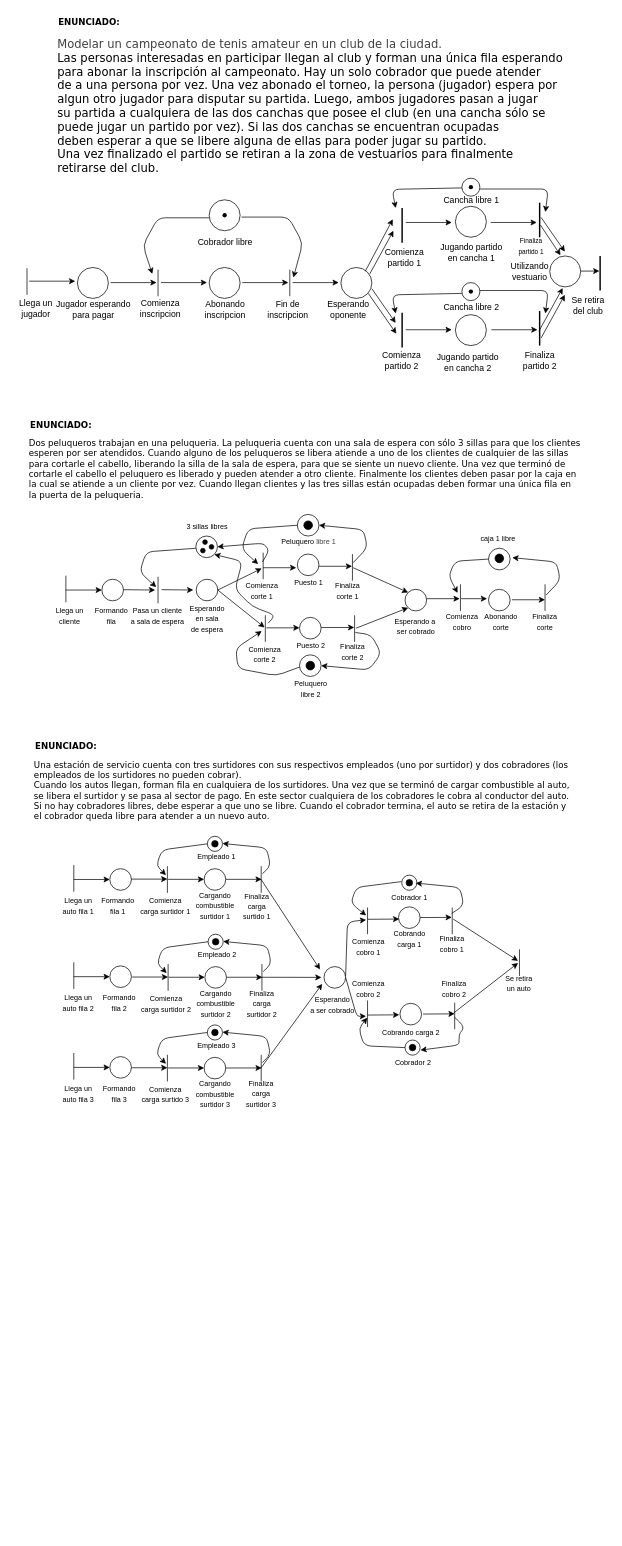
This is practicas/respuestas_tp5.drawio from dazayamil/ingenieria-software-1-unlp, a draw.io file, before an edit. Source tidied: cells renumbered, new cells numbered last; positions are measured from the earlier drawing's top-left corner, leaving out a move shared by most shapes. Both pictures are drawn from the tidied source at 72%, with x=0, y=0 at pixel (12, 12).
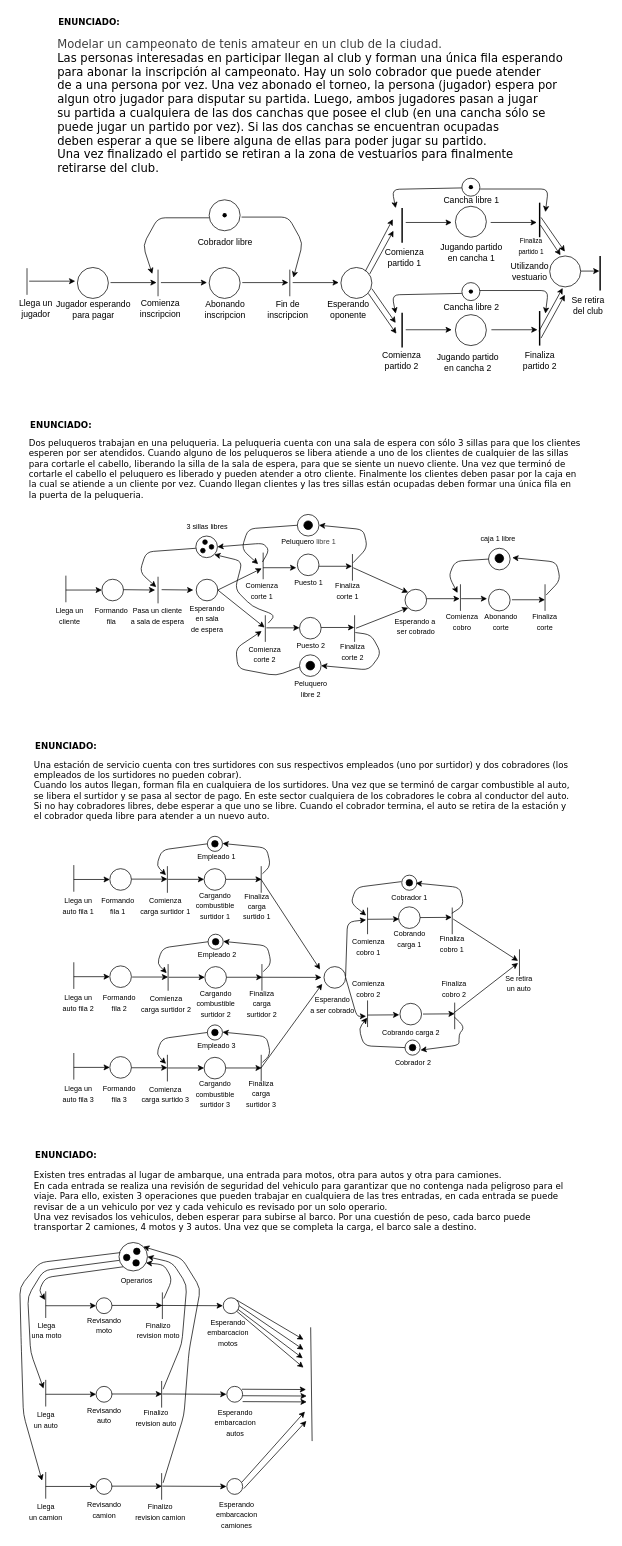
The same page after the edit.

Commit message:
Redes de Petri: Ejercicio transporte de vehiculos

Change to the diagram source:
```diff
@@
+    <mxCell id="228" value="&lt;font face=&quot;Verdana&quot;&gt;Existen tres entradas al lugar de ambarque, una entrada para motos, otra para autos y otra para camiones.&lt;/font&gt;&lt;div&gt;&lt;font face=&quot;Verdana&quot;&gt;En cada entrada se realiza una revisión de seguridad del vehiculo para garantizar que no contenga nada peligroso para el&lt;/font&gt;&lt;/div&gt;&lt;div&gt;&lt;font face=&quot;Verdana&quot;&gt;viaje. Para ello, existen 3 operaciones que pueden trabajar en cualquiera de las tres entradas, en cada entrada se puede&lt;/font&gt;&lt;/div&gt;&lt;div&gt;&lt;font face=&quot;Verdana&quot;&gt;revisar de a un vehiculo por vez y cada vehiculo es revisado por un solo operario.&lt;/font&gt;&lt;/div&gt;&lt;div&gt;&lt;font face=&quot;Verdana&quot;&gt;Una vez revisados los vehiculos, deben esperar para subirse al barco. Por una cuestión de peso, cada barco puede&lt;/font&gt;&lt;/div&gt;&lt;div&gt;&lt;font face=&quot;Verdana&quot;&gt;transportar 2 camiones, 4 motos y 3 autos. Una vez que se completa la carga, el barco sale a destino.&lt;/font&gt;&lt;/div&gt;" style="text;html=1;align=left;verticalAlign=middle;strokeColor=none;fillColor=none;" parent="1" vertex="1">
+      <mxGeometry x="27.5" y="1602" width="753" height="98" as="geometry" />
+    </mxCell>
+    <mxCell id="229" value="&lt;font face=&quot;Verdana&quot; style=&quot;font-size: 12px;&quot;&gt;&lt;b&gt;ENUNCIADO:&lt;/b&gt;&lt;/font&gt;" style="text;html=1;align=center;verticalAlign=middle;strokeColor=none;fillColor=none;" parent="1" vertex="1">
+      <mxGeometry x="21" y="1573" width="106" height="27" as="geometry" />
+    </mxCell>
+    <mxCell id="230" style="endArrow=none;html=1;" parent="1" edge="1">
+      <mxGeometry relative="1" as="geometry">
+        <mxPoint x="46" y="1813" as="sourcePoint" />
+        <mxPoint x="46" y="1776" as="targetPoint" />
+      </mxGeometry>
+    </mxCell>
+    <mxCell id="231" style="ellipse;whiteSpace=wrap;html=1;" parent="1" vertex="1">
+      <mxGeometry x="116" y="1785" width="22" height="22" as="geometry" />
+    </mxCell>
+    <mxCell id="232" style="endArrow=classic;html=1;entryX=0;entryY=0.5;entryDx=0;entryDy=0;" parent="1" edge="1" target="231">
+      <mxGeometry relative="1" as="geometry">
+        <mxPoint x="46" y="1796" as="sourcePoint" />
+      </mxGeometry>
+    </mxCell>
+    <mxCell id="233" value="&lt;span style=&quot;font-size: 10px;&quot;&gt;Llega&lt;/span&gt;&lt;div&gt;&lt;span style=&quot;font-size: 10px;&quot;&gt;una moto&lt;/span&gt;&lt;/div&gt;" style="text;html=1;align=center;verticalAlign=middle;strokeColor=none;fillColor=none;" parent="1" vertex="1">
+      <mxGeometry x="17" y="1809" width="60" height="41" as="geometry" />
+    </mxCell>
+    <mxCell id="234" value="&lt;span style=&quot;font-size: 10px;&quot;&gt;Llega&lt;/span&gt;&lt;div&gt;&lt;span style=&quot;font-size: 10px;&quot;&gt;un auto&lt;/span&gt;&lt;/div&gt;" style="text;html=1;align=center;verticalAlign=middle;strokeColor=none;fillColor=none;" parent="1" vertex="1">
+      <mxGeometry x="20" y="1933" width="51" height="41" as="geometry" />
+    </mxCell>
+    <mxCell id="235" value="&lt;span style=&quot;font-size: 10px;&quot;&gt;Llega&lt;/span&gt;&lt;div&gt;&lt;span style=&quot;font-size: 10px;&quot;&gt;un camion&lt;/span&gt;&lt;/div&gt;" style="text;html=1;align=center;verticalAlign=middle;strokeColor=none;fillColor=none;" parent="1" vertex="1">
+      <mxGeometry x="13.5" y="2061" width="64" height="41" as="geometry" />
+    </mxCell>
+    <mxCell id="236" style="endArrow=none;html=1;" parent="1" edge="1">
+      <mxGeometry relative="1" as="geometry">
+        <mxPoint x="46" y="1936" as="sourcePoint" />
+        <mxPoint x="46" y="1899" as="targetPoint" />
+      </mxGeometry>
+    </mxCell>
+    <mxCell id="237" style="ellipse;whiteSpace=wrap;html=1;" parent="1" vertex="1">
+      <mxGeometry x="116" y="1908" width="22" height="22" as="geometry" />
+    </mxCell>
+    <mxCell id="238" style="endArrow=classic;html=1;entryX=0;entryY=0.5;entryDx=0;entryDy=0;" parent="1" edge="1" target="237">
+      <mxGeometry relative="1" as="geometry">
+        <mxPoint x="46" y="1919" as="sourcePoint" />
+      </mxGeometry>
+    </mxCell>
+    <mxCell id="239" style="endArrow=none;html=1;" parent="1" edge="1">
+      <mxGeometry relative="1" as="geometry">
+        <mxPoint x="46" y="2064" as="sourcePoint" />
+        <mxPoint x="46" y="2027" as="targetPoint" />
+      </mxGeometry>
+    </mxCell>
+    <mxCell id="240" style="ellipse;whiteSpace=wrap;html=1;" parent="1" vertex="1">
+      <mxGeometry x="116" y="2036" width="22" height="22" as="geometry" />
+    </mxCell>
+    <mxCell id="241" style="endArrow=classic;html=1;entryX=0;entryY=0.5;entryDx=0;entryDy=0;" parent="1" edge="1" target="240">
+      <mxGeometry relative="1" as="geometry">
+        <mxPoint x="46" y="2047" as="sourcePoint" />
+      </mxGeometry>
+    </mxCell>
+    <mxCell id="242" value="&lt;span style=&quot;font-size: 10px;&quot;&gt;Revisando&lt;/span&gt;&lt;div&gt;&lt;span style=&quot;font-size: 10px;&quot;&gt;camion&lt;/span&gt;&lt;/div&gt;" style="text;html=1;align=center;verticalAlign=middle;strokeColor=none;fillColor=none;" parent="1" vertex="1">
+      <mxGeometry x="94.5" y="2058" width="65" height="41" as="geometry" />
+    </mxCell>
+    <mxCell id="243" value="&lt;span style=&quot;font-size: 10px;&quot;&gt;Revisando&lt;/span&gt;&lt;div&gt;&lt;span style=&quot;font-size: 10px;&quot;&gt;auto&lt;/span&gt;&lt;/div&gt;" style="text;html=1;align=center;verticalAlign=middle;strokeColor=none;fillColor=none;" parent="1" vertex="1">
+      <mxGeometry x="94" y="1927" width="65" height="41" as="geometry" />
+    </mxCell>
+    <mxCell id="244" value="&lt;span style=&quot;font-size: 10px;&quot;&gt;Revisando&lt;/span&gt;&lt;div&gt;&lt;span style=&quot;font-size: 10px;&quot;&gt;moto&lt;/span&gt;&lt;/div&gt;" style="text;html=1;align=center;verticalAlign=middle;strokeColor=none;fillColor=none;" parent="1" vertex="1">
+      <mxGeometry x="94" y="1802" width="65" height="41" as="geometry" />
+    </mxCell>
+    <mxCell id="245" style="ellipse;whiteSpace=wrap;html=1;" parent="1" vertex="1">
+      <mxGeometry x="147.8" y="1708.2" width="39.5" height="39.5" as="geometry" />
+    </mxCell>
+    <mxCell id="246" style="ellipse;whiteSpace=wrap;html=1;fillColor=#000000;" parent="1" vertex="1">
+      <mxGeometry x="154" y="1724.5" width="9" height="9" as="geometry" />
+    </mxCell>
+    <mxCell id="247" style="ellipse;whiteSpace=wrap;html=1;fillColor=#000000;" parent="1" vertex="1">
+      <mxGeometry x="167" y="1732" width="9" height="9" as="geometry" />
+    </mxCell>
+    <mxCell id="248" style="ellipse;whiteSpace=wrap;html=1;fillColor=#000000;" parent="1" vertex="1">
+      <mxGeometry x="168" y="1716" width="9" height="9" as="geometry" />
+    </mxCell>
+    <mxCell id="249" style="endArrow=classic;html=1;exitX=0;exitY=1;exitDx=0;exitDy=0;" parent="1" edge="1" source="245">
+      <mxGeometry relative="1" as="geometry">
+        <mxPoint x="45" y="1788" as="targetPoint" />
+        <Array as="points">
+          <mxPoint x="45" y="1757" />
+          <mxPoint x="37" y="1775" />
+        </Array>
+      </mxGeometry>
+    </mxCell>
+    <mxCell id="250" style="endArrow=classic;html=1;" parent="1" edge="1">
+      <mxGeometry relative="1" as="geometry">
+        <mxPoint x="148" y="1733" as="sourcePoint" />
+        <mxPoint x="43" y="1911" as="targetPoint" />
+        <Array as="points">
+          <mxPoint x="43" y="1747" />
+          <mxPoint x="21" y="1783" />
+          <mxPoint x="25" y="1861" />
+        </Array>
+      </mxGeometry>
+    </mxCell>
+    <mxCell id="251" style="endArrow=classic;html=1;exitX=0.04;exitY=0.357;exitDx=0;exitDy=0;exitPerimeter=0;" parent="1" edge="1" source="245">
+      <mxGeometry relative="1" as="geometry">
+        <mxPoint x="41" y="2039" as="targetPoint" />
+        <Array as="points">
+          <mxPoint x="37.5" y="1736" />
+          <mxPoint x="10" y="1770" />
+          <mxPoint x="12" y="1850" />
+          <mxPoint x="15" y="1947" />
+        </Array>
+      </mxGeometry>
+    </mxCell>
+    <mxCell id="252" value="&lt;span style=&quot;font-size: 10px;&quot;&gt;Operarios&lt;/span&gt;" style="text;html=1;align=center;verticalAlign=middle;strokeColor=none;fillColor=none;" parent="1" vertex="1">
+      <mxGeometry x="140.5" y="1747.8" width="62" height="26" as="geometry" />
+    </mxCell>
+    <mxCell id="253" style="endArrow=classic;html=1;entryX=0;entryY=0.5;entryDx=0;entryDy=0;" parent="1" edge="1">
+      <mxGeometry relative="1" as="geometry">
+        <mxPoint x="138" y="1795.6" as="sourcePoint" />
+        <mxPoint x="208" y="1795.6" as="targetPoint" />
+      </mxGeometry>
+    </mxCell>
+    <mxCell id="254" style="endArrow=classic;html=1;entryX=0;entryY=0.5;entryDx=0;entryDy=0;" parent="1" edge="1">
+      <mxGeometry relative="1" as="geometry">
+        <mxPoint x="137.5" y="1918.6" as="sourcePoint" />
+        <mxPoint x="207.5" y="1918.6" as="targetPoint" />
+      </mxGeometry>
+    </mxCell>
+    <mxCell id="255" style="endArrow=classic;html=1;entryX=0;entryY=0.5;entryDx=0;entryDy=0;" parent="1" edge="1">
+      <mxGeometry relative="1" as="geometry">
+        <mxPoint x="137.5" y="2046.6" as="sourcePoint" />
+        <mxPoint x="207.5" y="2046.6" as="targetPoint" />
+      </mxGeometry>
+    </mxCell>
+    <mxCell id="256" style="endArrow=none;html=1;" parent="1" edge="1">
+      <mxGeometry relative="1" as="geometry">
+        <mxPoint x="207" y="2065.5" as="sourcePoint" />
+        <mxPoint x="207" y="2028.5" as="targetPoint" />
+      </mxGeometry>
+    </mxCell>
+    <mxCell id="257" style="endArrow=none;html=1;" parent="1" edge="1">
+      <mxGeometry relative="1" as="geometry">
+        <mxPoint x="207" y="1937.5" as="sourcePoint" />
+        <mxPoint x="207" y="1900.5" as="targetPoint" />
+      </mxGeometry>
+    </mxCell>
+    <mxCell id="258" style="endArrow=none;html=1;" parent="1" edge="1">
+      <mxGeometry relative="1" as="geometry">
+        <mxPoint x="208" y="1814.5" as="sourcePoint" />
+        <mxPoint x="208" y="1777.5" as="targetPoint" />
+      </mxGeometry>
+    </mxCell>
+    <mxCell id="259" value="&lt;span style=&quot;font-size: 10px;&quot;&gt;Finalizo&lt;/span&gt;&lt;div&gt;&lt;span style=&quot;font-size: 10px;&quot;&gt;revision moto&lt;/span&gt;&lt;/div&gt;" style="text;html=1;align=center;verticalAlign=middle;strokeColor=none;fillColor=none;" parent="1" vertex="1">
+      <mxGeometry x="163" y="1809" width="77" height="41" as="geometry" />
+    </mxCell>
+    <mxCell id="260" value="&lt;span style=&quot;font-size: 10px;&quot;&gt;Finalizo&lt;/span&gt;&lt;div&gt;&lt;span style=&quot;font-size: 10px;&quot;&gt;revision auto&lt;/span&gt;&lt;/div&gt;" style="text;html=1;align=center;verticalAlign=middle;strokeColor=none;fillColor=none;" parent="1" vertex="1">
+      <mxGeometry x="161" y="1930" width="75" height="41" as="geometry" />
+    </mxCell>
+    <mxCell id="261" value="&lt;span style=&quot;font-size: 10px;&quot;&gt;Finalizo&lt;/span&gt;&lt;div&gt;&lt;span style=&quot;font-size: 10px;&quot;&gt;revision camion&lt;/span&gt;&lt;/div&gt;" style="text;html=1;align=center;verticalAlign=middle;strokeColor=none;fillColor=none;" parent="1" vertex="1">
+      <mxGeometry x="161" y="2061" width="87" height="41" as="geometry" />
+    </mxCell>
+    <mxCell id="262" style="endArrow=classic;html=1;entryX=0.947;entryY=0.715;entryDx=0;entryDy=0;entryPerimeter=0;" parent="1" edge="1" target="245">
+      <mxGeometry relative="1" as="geometry">
+        <mxPoint x="210" y="1786" as="sourcePoint" />
+        <Array as="points">
+          <mxPoint x="222" y="1759" />
+          <mxPoint x="210" y="1739" />
+        </Array>
+      </mxGeometry>
+    </mxCell>
+    <mxCell id="263" style="endArrow=classic;html=1;entryX=1;entryY=0.5;entryDx=0;entryDy=0;" parent="1" edge="1" target="245">
+      <mxGeometry relative="1" as="geometry">
+        <mxPoint x="209" y="1912" as="sourcePoint" />
+        <Array as="points">
+          <mxPoint x="235" y="1849" />
+          <mxPoint x="242" y="1767" />
+          <mxPoint x="222" y="1736" />
+        </Array>
+      </mxGeometry>
+    </mxCell>
+    <mxCell id="264" style="endArrow=classic;html=1;entryX=1;entryY=0;entryDx=0;entryDy=0;" parent="1" edge="1" target="245">
+      <mxGeometry relative="1" as="geometry">
+        <mxPoint x="209" y="2042" as="sourcePoint" />
+        <Array as="points">
+          <mxPoint x="238" y="1948" />
+          <mxPoint x="245" y="1859" />
+          <mxPoint x="261" y="1772" />
+          <mxPoint x="235" y="1730" />
+        </Array>
+      </mxGeometry>
+    </mxCell>
+    <mxCell id="265" style="endArrow=classic;html=1;" parent="1" edge="1">
+      <mxGeometry relative="1" as="geometry">
+        <mxPoint x="203" y="1795.6" as="sourcePoint" />
+        <mxPoint x="292" y="1796" as="targetPoint" />
+      </mxGeometry>
+    </mxCell>
+    <mxCell id="266" style="endArrow=classic;html=1;" parent="1" edge="1">
+      <mxGeometry relative="1" as="geometry">
+        <mxPoint x="208" y="1918.6" as="sourcePoint" />
+        <mxPoint x="297" y="1919" as="targetPoint" />
+      </mxGeometry>
+    </mxCell>
+    <mxCell id="267" style="endArrow=classic;html=1;" parent="1" edge="1">
+      <mxGeometry relative="1" as="geometry">
+        <mxPoint x="208" y="2046.6" as="sourcePoint" />
+        <mxPoint x="297" y="2047" as="targetPoint" />
+      </mxGeometry>
+    </mxCell>
+    <mxCell id="268" style="ellipse;whiteSpace=wrap;html=1;" parent="1" vertex="1">
+      <mxGeometry x="297.5" y="1908" width="22" height="22" as="geometry" />
+    </mxCell>
+    <mxCell id="269" style="ellipse;whiteSpace=wrap;html=1;" parent="1" vertex="1">
+      <mxGeometry x="297.5" y="2036" width="22" height="22" as="geometry" />
+    </mxCell>
+    <mxCell id="270" style="ellipse;whiteSpace=wrap;html=1;" parent="1" vertex="1">
+      <mxGeometry x="292.5" y="1785" width="22" height="22" as="geometry" />
+    </mxCell>
+    <mxCell id="271" value="&lt;span style=&quot;font-size: 10px;&quot;&gt;Esperando&lt;/span&gt;&lt;div&gt;&lt;span style=&quot;font-size: 10px;&quot;&gt;embarcacion&lt;/span&gt;&lt;/div&gt;&lt;div&gt;&lt;span style=&quot;font-size: 10px;&quot;&gt;motos&lt;/span&gt;&lt;/div&gt;" style="text;html=1;align=center;verticalAlign=middle;strokeColor=none;fillColor=none;" parent="1" vertex="1">
+      <mxGeometry x="261" y="1805" width="75" height="55" as="geometry" />
+    </mxCell>
+    <mxCell id="272" value="&lt;span style=&quot;font-size: 10px;&quot;&gt;Esperando&lt;/span&gt;&lt;div&gt;&lt;span style=&quot;font-size: 10px;&quot;&gt;embarcacion&lt;/span&gt;&lt;/div&gt;&lt;div&gt;&lt;span style=&quot;font-size: 10px;&quot;&gt;autos&lt;/span&gt;&lt;/div&gt;" style="text;html=1;align=center;verticalAlign=middle;strokeColor=none;fillColor=none;" parent="1" vertex="1">
+      <mxGeometry x="271.5" y="1930" width="75" height="55" as="geometry" />
+    </mxCell>
+    <mxCell id="273" value="&lt;span style=&quot;font-size: 10px;&quot;&gt;Esperando&lt;/span&gt;&lt;div&gt;&lt;span style=&quot;font-size: 10px;&quot;&gt;embarcacion&lt;/span&gt;&lt;/div&gt;&lt;div&gt;&lt;span style=&quot;font-size: 10px;&quot;&gt;camiones&lt;/span&gt;&lt;/div&gt;" style="text;html=1;align=center;verticalAlign=middle;strokeColor=none;fillColor=none;" parent="1" vertex="1">
+      <mxGeometry x="273" y="2058" width="75" height="55" as="geometry" />
+    </mxCell>
+    <mxCell id="274" style="endArrow=classic;html=1;" parent="1" edge="1">
+      <mxGeometry relative="1" as="geometry">
+        <mxPoint x="318.5" y="2041" as="sourcePoint" />
+        <mxPoint x="406" y="1943" as="targetPoint" />
+      </mxGeometry>
+    </mxCell>
+    <mxCell id="275" style="endArrow=classic;html=1;" parent="1" edge="1">
+      <mxGeometry relative="1" as="geometry">
+        <mxPoint x="321" y="2050" as="sourcePoint" />
+        <mxPoint x="408" y="1956" as="targetPoint" />
+      </mxGeometry>
+    </mxCell>
+    <mxCell id="276" style="endArrow=classic;html=1;" parent="1" edge="1">
+      <mxGeometry relative="1" as="geometry">
+        <mxPoint x="318.5" y="1912" as="sourcePoint" />
+        <mxPoint x="407.5" y="1912.4" as="targetPoint" />
+      </mxGeometry>
+    </mxCell>
+    <mxCell id="277" style="endArrow=classic;html=1;" parent="1" edge="1">
+      <mxGeometry relative="1" as="geometry">
+        <mxPoint x="319.5" y="1921" as="sourcePoint" />
+        <mxPoint x="408.5" y="1921.4" as="targetPoint" />
+      </mxGeometry>
+    </mxCell>
+    <mxCell id="278" style="endArrow=classic;html=1;" parent="1" edge="1">
+      <mxGeometry relative="1" as="geometry">
+        <mxPoint x="319.5" y="1929.2" as="sourcePoint" />
+        <mxPoint x="408.5" y="1929.6" as="targetPoint" />
+      </mxGeometry>
+    </mxCell>
+    <mxCell id="279" style="endArrow=classic;html=1;exitX=1;exitY=0;exitDx=0;exitDy=0;" parent="1" edge="1" source="270">
+      <mxGeometry relative="1" as="geometry">
+        <mxPoint x="404" y="1843" as="targetPoint" />
+      </mxGeometry>
+    </mxCell>
+    <mxCell id="280" style="endArrow=classic;html=1;exitX=1;exitY=0.5;exitDx=0;exitDy=0;" parent="1" edge="1" source="270">
+      <mxGeometry relative="1" as="geometry">
+        <mxPoint x="404" y="1857" as="targetPoint" />
+      </mxGeometry>
+    </mxCell>
+    <mxCell id="281" style="endArrow=classic;html=1;exitX=0.923;exitY=0.725;exitDx=0;exitDy=0;exitPerimeter=0;" parent="1" edge="1" source="270">
+      <mxGeometry relative="1" as="geometry">
+        <mxPoint x="403" y="1869" as="targetPoint" />
+      </mxGeometry>
+    </mxCell>
+    <mxCell id="282" style="endArrow=classic;html=1;exitX=1;exitY=1;exitDx=0;exitDy=0;" parent="1" edge="1" source="270">
+      <mxGeometry relative="1" as="geometry">
+        <mxPoint x="404" y="1882" as="targetPoint" />
+      </mxGeometry>
+    </mxCell>
+    <mxCell id="283" style="endArrow=none;html=1;" parent="1" edge="1">
+      <mxGeometry relative="1" as="geometry">
+        <mxPoint x="416" y="1984" as="sourcePoint" />
+        <mxPoint x="414" y="1826" as="targetPoint" />
+      </mxGeometry>
+    </mxCell>
```
